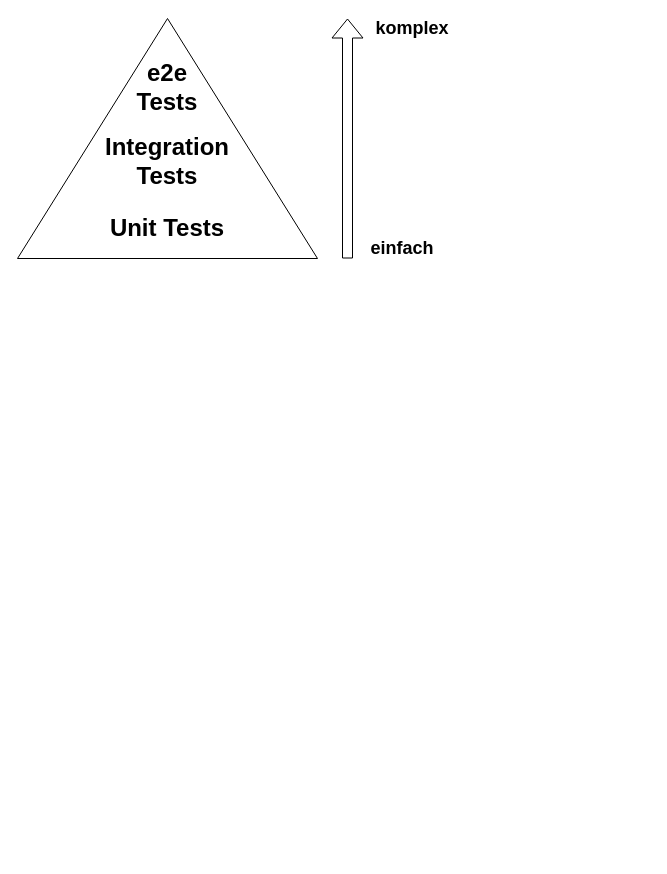
This is presentation/slides/resources/drawio/test-pyramid.drawio from redheads/2019-05-10-mathemacampus-testing, a draw.io file, before an edit. Source tidied: cells renumbered, new cells numbered last; positions are measured from the earlier drawing's top-left corner, leaving out a move shared by most shapes. Both pictures are drawn from the tidied source at 100%, with x=0, y=0 at pixel (17, 18).
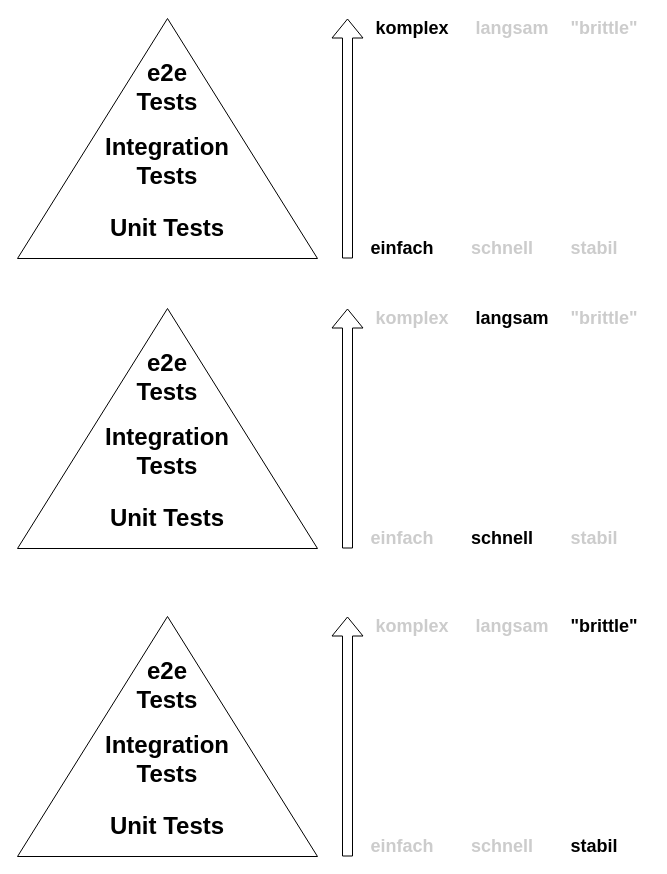
The same diagram, later.

Commit message (it also covers changes not shown here):
slides: add test-pyramid images

Diff of the diagram source:
```diff
@@
+    <mxCell id="9" value="langsam&lt;br style=&quot;font-size: 18px&quot;&gt;" style="text;html=1;strokeColor=none;fillColor=none;align=center;verticalAlign=middle;whiteSpace=wrap;rounded=0;fontStyle=1;fontSize=18;fontColor=#CCCCCC;" parent="1" vertex="1">
+      <mxGeometry x="450" width="90" height="20" as="geometry" />
+    </mxCell>
+    <mxCell id="10" value="schnell&lt;br style=&quot;font-size: 18px&quot;&gt;" style="text;html=1;strokeColor=none;fillColor=none;align=center;verticalAlign=middle;whiteSpace=wrap;rounded=0;fontStyle=1;fontSize=18;fontColor=#CCCCCC;" parent="1" vertex="1">
+      <mxGeometry x="450" y="220" width="70" height="20" as="geometry" />
+    </mxCell>
+    <mxCell id="11" value="&quot;brittle&quot;&lt;br style=&quot;font-size: 18px&quot;&gt;" style="text;html=1;strokeColor=none;fillColor=none;align=center;verticalAlign=middle;whiteSpace=wrap;rounded=0;fontStyle=1;fontSize=18;fontColor=#CCCCCC;" parent="1" vertex="1">
+      <mxGeometry x="542" width="90" height="20" as="geometry" />
+    </mxCell>
+    <mxCell id="12" value="stabil&lt;br style=&quot;font-size: 18px&quot;&gt;" style="text;html=1;strokeColor=none;fillColor=none;align=center;verticalAlign=middle;whiteSpace=wrap;rounded=0;fontStyle=1;fontSize=18;fontColor=#CCCCCC;" parent="1" vertex="1">
+      <mxGeometry x="542" y="220" width="70" height="20" as="geometry" />
+    </mxCell>
+    <mxCell id="13" style="triangle;whiteSpace=wrap;html=1;direction=north;" parent="1" vertex="1">
+      <mxGeometry y="290" width="300" height="240" as="geometry" />
+    </mxCell>
+    <mxCell id="14" value="Integration&lt;br&gt;Tests&lt;br&gt;" style="text;html=1;strokeColor=none;fillColor=none;align=center;verticalAlign=middle;whiteSpace=wrap;rounded=0;fontStyle=1;fontSize=24;" parent="1" vertex="1">
+      <mxGeometry x="85" y="408" width="130" height="50" as="geometry" />
+    </mxCell>
+    <mxCell id="15" value="Unit Tests" style="text;html=1;strokeColor=none;fillColor=none;align=center;verticalAlign=middle;whiteSpace=wrap;rounded=0;fontStyle=1;fontSize=24;" parent="1" vertex="1">
+      <mxGeometry x="85" y="490" width="130" height="20" as="geometry" />
+    </mxCell>
+    <mxCell id="16" value="e2e&lt;br&gt;Tests&lt;br&gt;" style="text;html=1;strokeColor=none;fillColor=none;align=center;verticalAlign=middle;whiteSpace=wrap;rounded=0;fontStyle=1;fontSize=24;" parent="1" vertex="1">
+      <mxGeometry x="85" y="334" width="130" height="50" as="geometry" />
+    </mxCell>
+    <mxCell id="17" style="shape=flexArrow;endArrow=classic;html=1;fontSize=24;" parent="1" edge="1">
+      <mxGeometry relative="1" as="geometry">
+        <mxPoint x="330" y="530" as="sourcePoint" />
+        <mxPoint x="330" y="290" as="targetPoint" />
+      </mxGeometry>
+    </mxCell>
+    <mxCell id="18" value="komplex&lt;br style=&quot;font-size: 18px;&quot;&gt;" style="text;html=1;strokeColor=none;fillColor=none;align=center;verticalAlign=middle;whiteSpace=wrap;rounded=0;fontStyle=1;fontSize=18;fontColor=#CCCCCC;" parent="1" vertex="1">
+      <mxGeometry x="350" y="290" width="90" height="20" as="geometry" />
+    </mxCell>
+    <mxCell id="19" value="einfach&lt;br style=&quot;font-size: 18px&quot;&gt;" style="text;html=1;strokeColor=none;fillColor=none;align=center;verticalAlign=middle;whiteSpace=wrap;rounded=0;fontStyle=1;fontSize=18;fontColor=#CCCCCC;" parent="1" vertex="1">
+      <mxGeometry x="350" y="510" width="70" height="20" as="geometry" />
+    </mxCell>
+    <mxCell id="20" value="langsam&lt;br style=&quot;font-size: 18px&quot;&gt;" style="text;html=1;strokeColor=none;fillColor=none;align=center;verticalAlign=middle;whiteSpace=wrap;rounded=0;fontStyle=1;fontSize=18;fontColor=#000000;" parent="1" vertex="1">
+      <mxGeometry x="450" y="290" width="90" height="20" as="geometry" />
+    </mxCell>
+    <mxCell id="21" value="schnell&lt;br style=&quot;font-size: 18px&quot;&gt;" style="text;html=1;strokeColor=none;fillColor=none;align=center;verticalAlign=middle;whiteSpace=wrap;rounded=0;fontStyle=1;fontSize=18;fontColor=#000000;" parent="1" vertex="1">
+      <mxGeometry x="450" y="510" width="70" height="20" as="geometry" />
+    </mxCell>
+    <mxCell id="22" value="&quot;brittle&quot;&lt;br style=&quot;font-size: 18px&quot;&gt;" style="text;html=1;strokeColor=none;fillColor=none;align=center;verticalAlign=middle;whiteSpace=wrap;rounded=0;fontStyle=1;fontSize=18;fontColor=#CCCCCC;" parent="1" vertex="1">
+      <mxGeometry x="542" y="290" width="90" height="20" as="geometry" />
+    </mxCell>
+    <mxCell id="23" value="stabil&lt;br style=&quot;font-size: 18px&quot;&gt;" style="text;html=1;strokeColor=none;fillColor=none;align=center;verticalAlign=middle;whiteSpace=wrap;rounded=0;fontStyle=1;fontSize=18;fontColor=#CCCCCC;" parent="1" vertex="1">
+      <mxGeometry x="542" y="510" width="70" height="20" as="geometry" />
+    </mxCell>
+    <mxCell id="24" style="triangle;whiteSpace=wrap;html=1;direction=north;" parent="1" vertex="1">
+      <mxGeometry y="598" width="300" height="240" as="geometry" />
+    </mxCell>
+    <mxCell id="25" value="Integration&lt;br&gt;Tests&lt;br&gt;" style="text;html=1;strokeColor=none;fillColor=none;align=center;verticalAlign=middle;whiteSpace=wrap;rounded=0;fontStyle=1;fontSize=24;" parent="1" vertex="1">
+      <mxGeometry x="85" y="716" width="130" height="50" as="geometry" />
+    </mxCell>
+    <mxCell id="26" value="Unit Tests" style="text;html=1;strokeColor=none;fillColor=none;align=center;verticalAlign=middle;whiteSpace=wrap;rounded=0;fontStyle=1;fontSize=24;" parent="1" vertex="1">
+      <mxGeometry x="85" y="798" width="130" height="20" as="geometry" />
+    </mxCell>
+    <mxCell id="27" value="e2e&lt;br&gt;Tests&lt;br&gt;" style="text;html=1;strokeColor=none;fillColor=none;align=center;verticalAlign=middle;whiteSpace=wrap;rounded=0;fontStyle=1;fontSize=24;" parent="1" vertex="1">
+      <mxGeometry x="85" y="642" width="130" height="50" as="geometry" />
+    </mxCell>
+    <mxCell id="28" style="shape=flexArrow;endArrow=classic;html=1;fontSize=24;" parent="1" edge="1">
+      <mxGeometry relative="1" as="geometry">
+        <mxPoint x="330" y="838" as="sourcePoint" />
+        <mxPoint x="330" y="598" as="targetPoint" />
+      </mxGeometry>
+    </mxCell>
+    <mxCell id="29" value="komplex&lt;br style=&quot;font-size: 18px;&quot;&gt;" style="text;html=1;strokeColor=none;fillColor=none;align=center;verticalAlign=middle;whiteSpace=wrap;rounded=0;fontStyle=1;fontSize=18;fontColor=#CCCCCC;" parent="1" vertex="1">
+      <mxGeometry x="350" y="598" width="90" height="20" as="geometry" />
+    </mxCell>
+    <mxCell id="30" value="einfach&lt;br style=&quot;font-size: 18px&quot;&gt;" style="text;html=1;strokeColor=none;fillColor=none;align=center;verticalAlign=middle;whiteSpace=wrap;rounded=0;fontStyle=1;fontSize=18;fontColor=#CCCCCC;" parent="1" vertex="1">
+      <mxGeometry x="350" y="818" width="70" height="20" as="geometry" />
+    </mxCell>
+    <mxCell id="31" value="langsam&lt;br style=&quot;font-size: 18px&quot;&gt;" style="text;html=1;strokeColor=none;fillColor=none;align=center;verticalAlign=middle;whiteSpace=wrap;rounded=0;fontStyle=1;fontSize=18;fontColor=#CCCCCC;" parent="1" vertex="1">
+      <mxGeometry x="450" y="598" width="90" height="20" as="geometry" />
+    </mxCell>
+    <mxCell id="32" value="schnell&lt;br style=&quot;font-size: 18px&quot;&gt;" style="text;html=1;strokeColor=none;fillColor=none;align=center;verticalAlign=middle;whiteSpace=wrap;rounded=0;fontStyle=1;fontSize=18;fontColor=#CCCCCC;" parent="1" vertex="1">
+      <mxGeometry x="450" y="818" width="70" height="20" as="geometry" />
+    </mxCell>
+    <mxCell id="33" value="&quot;brittle&quot;&lt;br style=&quot;font-size: 18px&quot;&gt;" style="text;html=1;strokeColor=none;fillColor=none;align=center;verticalAlign=middle;whiteSpace=wrap;rounded=0;fontStyle=1;fontSize=18;fontColor=#000000;" parent="1" vertex="1">
+      <mxGeometry x="542" y="598" width="90" height="20" as="geometry" />
+    </mxCell>
+    <mxCell id="34" value="stabil&lt;br style=&quot;font-size: 18px&quot;&gt;" style="text;html=1;strokeColor=none;fillColor=none;align=center;verticalAlign=middle;whiteSpace=wrap;rounded=0;fontStyle=1;fontSize=18;fontColor=#000000;" parent="1" vertex="1">
+      <mxGeometry x="542" y="818" width="70" height="20" as="geometry" />
+    </mxCell>
```
